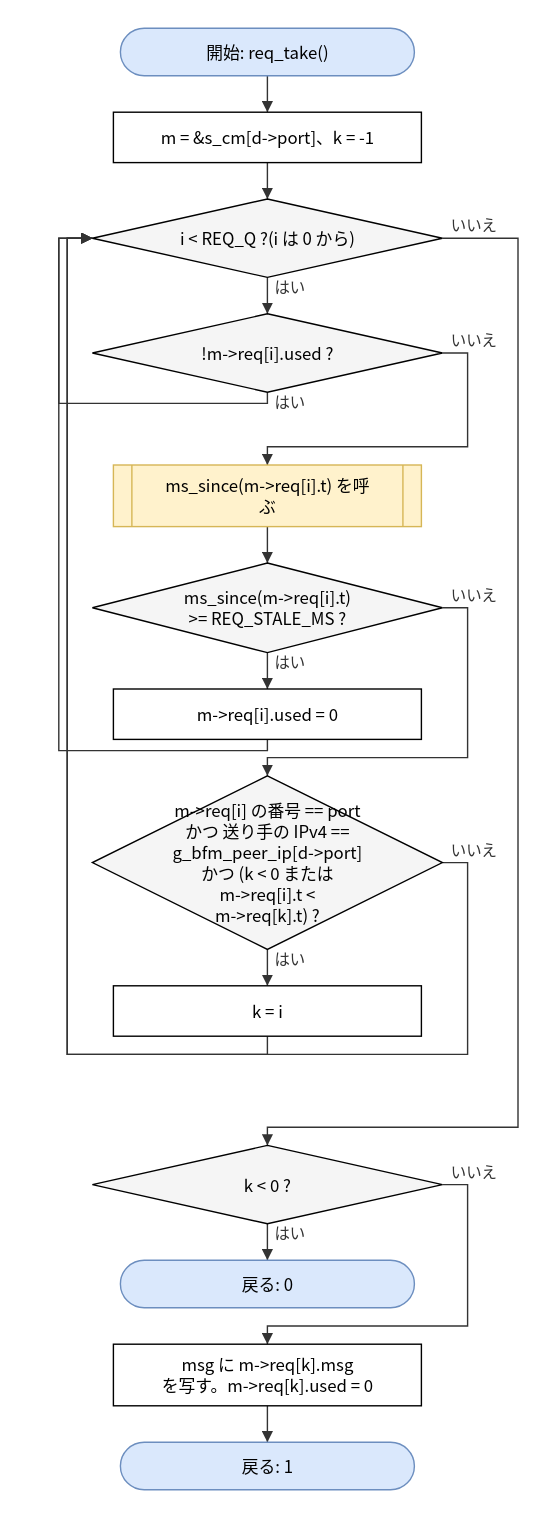
Earlier version of the draw.io export doc/spec/images/flow_src_bfm_cm-req_take.drawio.svg (hf355051012-ai/bfmem). Source tidied: cells renumbered, new cells last; positions are measured from the earlier drawing's top-left corner, leaving out a move shared by most shapes.
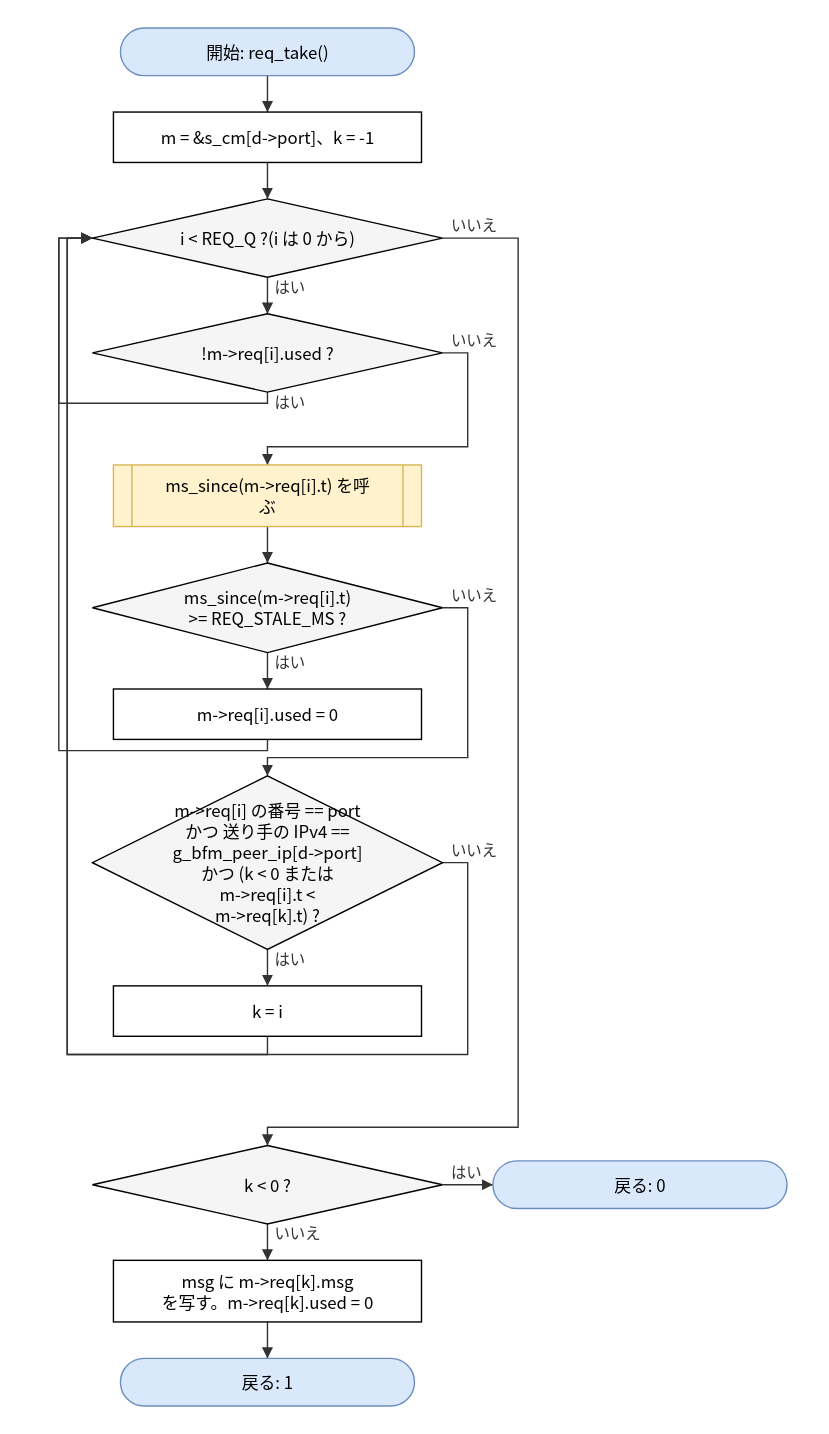
After the commit.

The edit, as a diff of the source:
```diff
@@ -33,13 +33,13 @@
       <mxGeometry x="24" y="798" width="250" height="56" as="geometry" />
     </mxCell>
     <mxCell id="12" value="戻る: 0" style="rounded=1;arcSize=50;whiteSpace=wrap;html=1;fillColor=#dae8fc;strokeColor=#6c8ebf;" parent="1" vertex="1">
-      <mxGeometry x="44" y="880" width="210" height="34" as="geometry" />
+      <mxGeometry x="310" y="809" width="210" height="34" as="geometry" />
     </mxCell>
     <mxCell id="13" value="msg に m-&amp;gt;req[k].msg&lt;br&gt;を写す。m-&amp;gt;req[k].used = 0" style="rounded=0;whiteSpace=wrap;html=1;" parent="1" vertex="1">
-      <mxGeometry x="39" y="940" width="220" height="44" as="geometry" />
+      <mxGeometry x="39" y="880" width="220" height="44" as="geometry" />
     </mxCell>
     <mxCell id="14" value="戻る: 1" style="rounded=1;arcSize=50;whiteSpace=wrap;html=1;fillColor=#dae8fc;strokeColor=#6c8ebf;" parent="1" vertex="1">
-      <mxGeometry x="44" y="1010" width="210" height="34" as="geometry" />
+      <mxGeometry x="44" y="950" width="210" height="34" as="geometry" />
     </mxCell>
     <mxCell id="15" style="edgeStyle=none;html=1;rounded=0;endArrow=block;endFill=1;exitX=0.5000;exitY=1.0000;exitDx=0;exitDy=0;exitPerimeter=0;entryX=0.5000;entryY=0.0000;entryDx=0;entryDy=0;entryPerimeter=0;" parent="1" edge="1" source="2" target="3">
       <mxGeometry relative="1" as="geometry" />
@@ -123,17 +123,11 @@
         </Array>
       </mxGeometry>
     </mxCell>
-    <mxCell id="28" value="はい" style="edgeStyle=none;html=1;rounded=0;endArrow=block;endFill=1;exitX=0.5000;exitY=1.0000;exitDx=0;exitDy=0;exitPerimeter=0;entryX=0.5000;entryY=0.0000;entryDx=0;entryDy=0;entryPerimeter=0;" parent="1" edge="1" source="11" target="12">
+    <mxCell id="28" value="はい" style="edgeStyle=none;html=1;rounded=0;endArrow=block;endFill=1;exitX=1.0000;exitY=0.5000;exitDx=0;exitDy=0;exitPerimeter=0;entryX=0.0000;entryY=0.5000;entryDx=0;entryDy=0;entryPerimeter=0;" parent="1" edge="1" source="11" target="12">
       <mxGeometry relative="1" as="geometry" />
     </mxCell>
-    <mxCell id="29" value="いいえ" style="edgeStyle=none;html=1;rounded=0;endArrow=block;endFill=1;exitX=1.0000;exitY=0.5000;exitDx=0;exitDy=0;exitPerimeter=0;entryX=0.5000;entryY=0.0000;entryDx=0;entryDy=0;entryPerimeter=0;" parent="1" edge="1" source="11" target="13">
-      <mxGeometry relative="1" as="geometry">
-        <Array as="points">
-          <mxPoint x="292" y="826" />
-          <mxPoint x="292" y="927" />
-          <mxPoint x="149" y="927" />
-        </Array>
-      </mxGeometry>
+    <mxCell id="29" value="いいえ" style="edgeStyle=none;html=1;rounded=0;endArrow=block;endFill=1;exitX=0.5000;exitY=1.0000;exitDx=0;exitDy=0;exitPerimeter=0;entryX=0.5000;entryY=0.0000;entryDx=0;entryDy=0;entryPerimeter=0;" parent="1" edge="1" source="11" target="13">
+      <mxGeometry relative="1" as="geometry" />
     </mxCell>
     <mxCell id="30" style="edgeStyle=none;html=1;rounded=0;endArrow=block;endFill=1;exitX=0.5000;exitY=1.0000;exitDx=0;exitDy=0;exitPerimeter=0;entryX=0.5000;entryY=0.0000;entryDx=0;entryDy=0;entryPerimeter=0;" parent="1" edge="1" source="13" target="14">
       <mxGeometry relative="1" as="geometry" />
```
